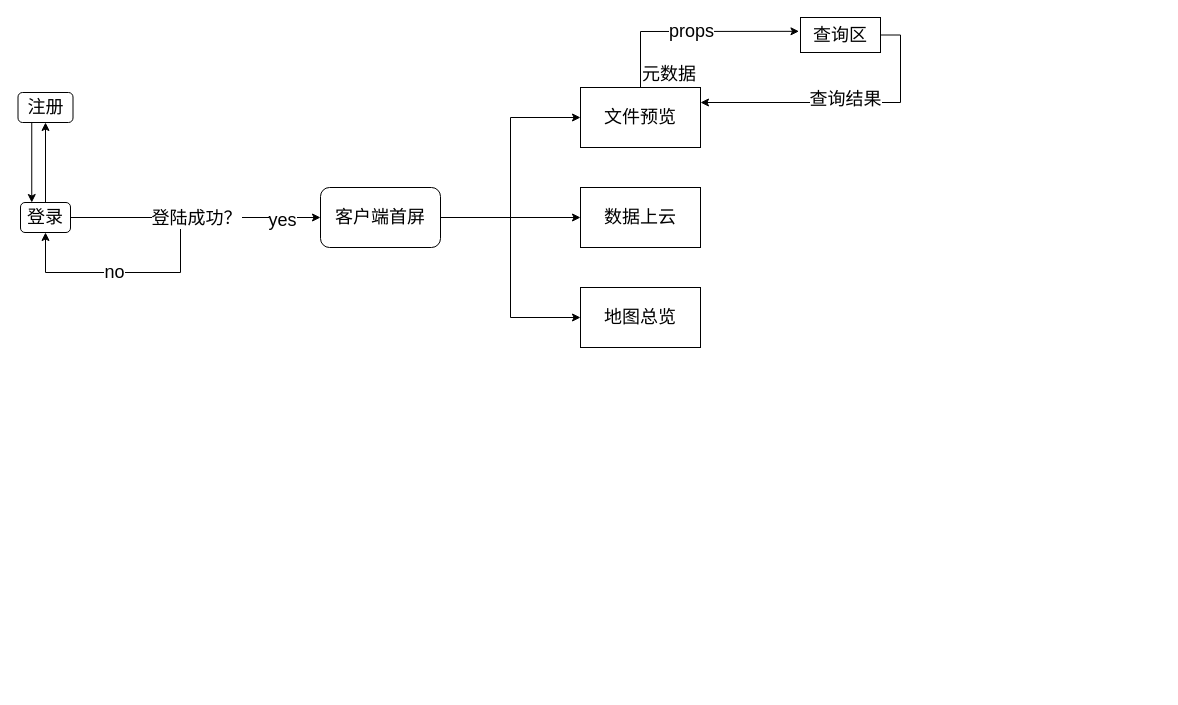
The draw.io diagram 压缩算法/Untitled Diagram.drawio in PlayWithSanLei/BS, before the edit. Source tidied: cells renumbered, new cells numbered last; positions are measured from the earlier drawing's top-left corner, leaving out a move shared by most shapes. Both pictures are drawn from the tidied source at 100%, with x=0, y=0 at pixel (18, 17).
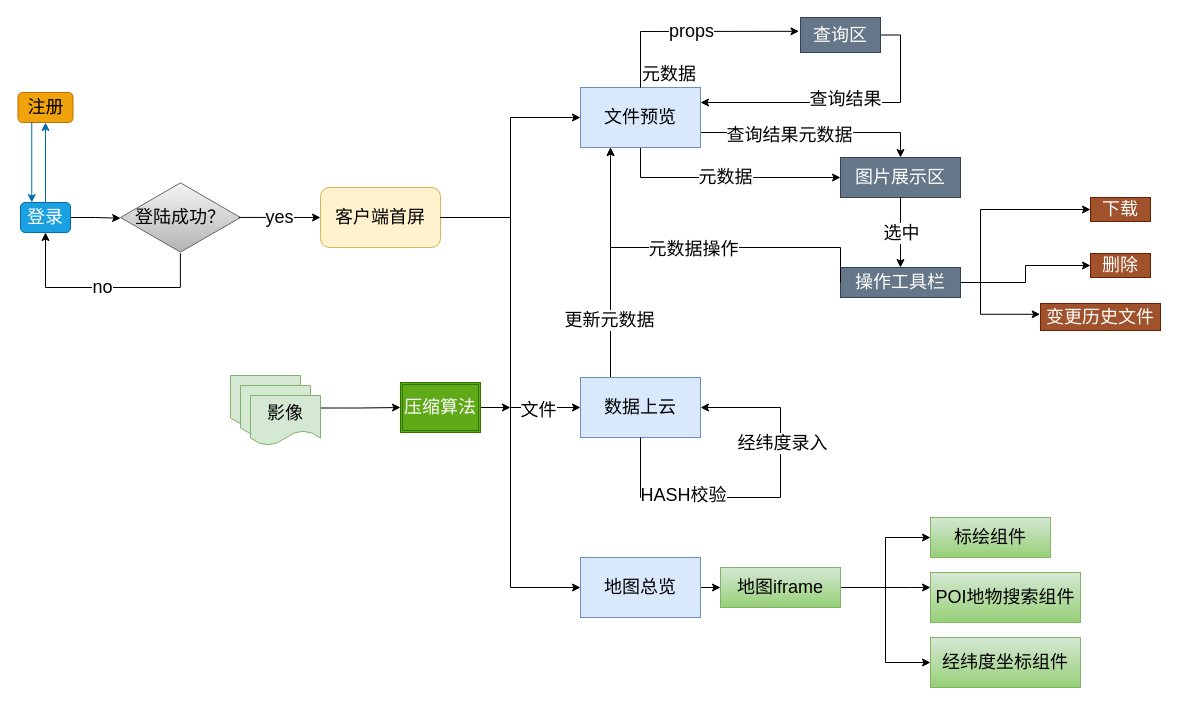
Above is the later version.

Unchanged cells that the change refers to:
```xml
<mxCell id="16" style="edgeStyle=elbowEdgeStyle;elbow=horizontal;endArrow=classic;html=1;rounded=0;fontSize=18;exitX=1;exitY=0.5;exitDx=0;exitDy=0;entryX=0;entryY=0.5;entryDx=0;entryDy=0;" parent="1" edge="1" source="4" target="13">
  <mxGeometry relative="1" as="geometry" />
</mxCell>
```

The edit, as a diff of the source:
```diff
@@
-    <mxCell id="2" style="edgeStyle=orthogonalEdgeStyle;rounded=0;jettySize=auto;html=1;fontSize=18;" parent="1" edge="1" source="3" target="7">
+    <mxCell id="2" style="edgeStyle=orthogonalEdgeStyle;rounded=0;jettySize=auto;html=1;fontSize=18;fillColor=#1ba1e2;strokeColor=#006EAF;" parent="1" edge="1" source="3" target="7">
       <mxGeometry relative="1" as="geometry" />
     </mxCell>
+    <mxCell id="24" style="edgeStyle=orthogonalEdgeStyle;rounded=0;jettySize=auto;html=1;exitX=1;exitY=0.5;exitDx=0;exitDy=0;entryX=0.001;entryY=0.51;entryDx=0;entryDy=0;entryPerimeter=0;fontSize=18;" parent="1" edge="1" source="3" target="10">
+      <mxGeometry relative="1" as="geometry" />
+    </mxCell>
-    <mxCell id="3" value="登录" style="rounded=1;whiteSpace=wrap;html=1;fontSize=18;" parent="1" vertex="1">
+    <mxCell id="3" value="登录" style="rounded=1;whiteSpace=wrap;html=1;fontSize=18;fillColor=#1ba1e2;fontColor=#ffffff;strokeColor=#006EAF;" parent="1" vertex="1">
       <mxGeometry x="2" y="185" width="50" height="30" as="geometry" />
     </mxCell>
-    <mxCell id="4" value="客户端首屏" style="whiteSpace=wrap;html=1;rounded=1;fontSize=18;" parent="1" vertex="1">
+    <mxCell id="4" value="客户端首屏" style="whiteSpace=wrap;html=1;rounded=1;fontSize=18;fillColor=#fff2cc;strokeColor=#d6b656;" parent="1" vertex="1">
       <mxGeometry x="302" y="170" width="120" height="60" as="geometry" />
     </mxCell>
-    <mxCell id="5" style="endArrow=classic;html=1;rounded=0;entryX=0.5;entryY=1;entryDx=0;entryDy=0;fontSize=18;" parent="1" edge="1" target="3">
-      <mxGeometry relative="1" as="geometry">
-        <mxPoint x="162" y="200" as="sourcePoint" />
-        <Array as="points">
-          <mxPoint x="162" y="255" />
-          <mxPoint x="92" y="255" />
-          <mxPoint x="27" y="255" />
-        </Array>
-      </mxGeometry>
-    </mxCell>
-    <mxCell id="6" value="no" style="edgeLabel;html=1;align=center;verticalAlign=middle;fontSize=18;" parent="5" vertex="1">
-      <mxGeometry x="0.06" y="-1" relative="1" as="geometry" />
-    </mxCell>
-    <mxCell id="7" value="注册" style="whiteSpace=wrap;html=1;fontSize=18;rounded=1;" parent="1" vertex="1">
+    <mxCell id="7" value="注册" style="whiteSpace=wrap;html=1;fontSize=18;rounded=1;fillColor=#f0a30a;fontColor=#000000;strokeColor=#BD7000;" parent="1" vertex="1">
       <mxGeometry x="-0.5" y="75" width="55" height="30" as="geometry" />
     </mxCell>
-    <mxCell id="8" style="endArrow=classic;html=1;rounded=0;fontSize=18;exitX=0.25;exitY=1;exitDx=0;exitDy=0;entryX=0.225;entryY=0;entryDx=0;entryDy=0;entryPerimeter=0;" parent="1" edge="1" source="7" target="3">
+    <mxCell id="8" style="endArrow=classic;html=1;rounded=0;fontSize=18;exitX=0.25;exitY=1;exitDx=0;exitDy=0;entryX=0.225;entryY=0;entryDx=0;entryDy=0;entryPerimeter=0;fillColor=#1ba1e2;strokeColor=#006EAF;" parent="1" edge="1" source="7" target="3">
       <mxGeometry relative="1" as="geometry" />
     </mxCell>
-    <mxCell id="9" style="endArrow=classic;html=1;rounded=0;fontSize=18;exitX=1;exitY=0.5;exitDx=0;exitDy=0;entryX=0;entryY=0.5;entryDx=0;entryDy=0;" parent="1" edge="1" source="3" target="4">
-      <mxGeometry relative="1" as="geometry" />
-    </mxCell>
-    <mxCell id="10" value="登陆成功？" style="edgeLabel;html=1;align=center;verticalAlign=middle;fontSize=18;" parent="9" vertex="1">
-      <mxGeometry relative="1" as="geometry" />
-    </mxCell>
-    <mxCell id="11" value="yes" style="edgeLabel;html=1;align=center;verticalAlign=middle;fontSize=18;" parent="9" vertex="1">
-      <mxGeometry x="0.69" y="-2" relative="1" as="geometry" />
-    </mxCell>
+    <mxCell id="25" value="元数据" style="edgeStyle=orthogonalEdgeStyle;rounded=0;jettySize=auto;html=1;entryX=0;entryY=0.5;entryDx=0;entryDy=0;fontSize=18;exitX=0.5;exitY=1;exitDx=0;exitDy=0;" parent="1" edge="1" source="12" target="32">
+      <mxGeometry relative="1" as="geometry" />
+    </mxCell>
+    <mxCell id="26" style="edgeStyle=orthogonalEdgeStyle;rounded=0;jettySize=auto;html=1;exitX=1;exitY=0.75;exitDx=0;exitDy=0;entryX=0.5;entryY=0;entryDx=0;entryDy=0;fontSize=18;" parent="1" edge="1" source="12" target="32">
+      <mxGeometry relative="1" as="geometry" />
+    </mxCell>
+    <mxCell id="27" value="查询结果元数据" style="edgeLabel;html=1;align=center;verticalAlign=middle;fontSize=18;" parent="26" vertex="1">
+      <mxGeometry x="-0.21" y="-2" relative="1" as="geometry">
+        <mxPoint x="-1" as="offset" />
+      </mxGeometry>
+    </mxCell>
-    <mxCell id="12" value="文件预览" style="rounded=0;whiteSpace=wrap;html=1;fontSize=18;" parent="1" vertex="1">
+    <mxCell id="12" value="文件预览" style="rounded=0;whiteSpace=wrap;html=1;fontSize=18;fillColor=#dae8fc;strokeColor=#6c8ebf;" parent="1" vertex="1">
       <mxGeometry x="562" y="70" width="120" height="60" as="geometry" />
     </mxCell>
+    <mxCell id="28" style="edgeStyle=orthogonalEdgeStyle;rounded=0;jettySize=auto;html=1;exitX=0.5;exitY=0;exitDx=0;exitDy=0;entryX=0.25;entryY=1;entryDx=0;entryDy=0;fontSize=18;" parent="1" edge="1" source="13" target="12">
+      <mxGeometry relative="1" as="geometry">
+        <Array as="points">
+          <mxPoint x="592" y="360" />
+        </Array>
+      </mxGeometry>
+    </mxCell>
+    <mxCell id="29" value="更新元数据" style="edgeLabel;html=1;align=center;verticalAlign=middle;fontSize=18;" parent="28" vertex="1">
+      <mxGeometry x="-0.32" y="2" relative="1" as="geometry" />
+    </mxCell>
-    <mxCell id="13" value="数据上云" style="rounded=0;whiteSpace=wrap;html=1;fontSize=18;" parent="1" vertex="1">
-      <mxGeometry x="562" y="170" width="120" height="60" as="geometry" />
+    <mxCell id="13" value="数据上云" style="rounded=0;whiteSpace=wrap;html=1;fontSize=18;fillColor=#dae8fc;strokeColor=#6c8ebf;" parent="1" vertex="1">
+      <mxGeometry x="562" y="360" width="120" height="60" as="geometry" />
     </mxCell>
+    <mxCell id="30" style="edgeStyle=orthogonalEdgeStyle;rounded=0;jettySize=auto;html=1;exitX=1;exitY=0.5;exitDx=0;exitDy=0;entryX=0;entryY=0.5;entryDx=0;entryDy=0;fontSize=18;" parent="1" edge="1" source="14" target="56">
+      <mxGeometry relative="1" as="geometry" />
+    </mxCell>
-    <mxCell id="14" value="地图总览" style="rounded=0;whiteSpace=wrap;html=1;fontSize=18;" parent="1" vertex="1">
-      <mxGeometry x="562" y="270" width="120" height="60" as="geometry" />
+    <mxCell id="14" value="地图总览" style="rounded=0;whiteSpace=wrap;html=1;fontSize=18;fillColor=#dae8fc;strokeColor=#6c8ebf;" parent="1" vertex="1">
+      <mxGeometry x="562" y="540" width="120" height="60" as="geometry" />
     </mxCell>
@@
+    <mxCell id="31" value="文件" style="edgeLabel;html=1;align=center;verticalAlign=middle;fontSize=18;" parent="16" vertex="1">
+      <mxGeometry x="0.74" y="-2" relative="1" as="geometry" />
+    </mxCell>
@@
-    <mxCell id="20" value="查询区" style="rounded=0;whiteSpace=wrap;html=1;fontSize=18;" parent="1" vertex="1">
+    <mxCell id="20" value="查询区" style="rounded=0;whiteSpace=wrap;html=1;fontSize=18;fillColor=#647687;fontColor=#ffffff;strokeColor=#314354;" parent="1" vertex="1">
       <mxGeometry x="782" width="80" height="35" as="geometry" />
     </mxCell>
@@
+    <mxCell id="32" value="图片展示区" style="rounded=0;whiteSpace=wrap;html=1;fontSize=18;fillColor=#647687;fontColor=#ffffff;strokeColor=#314354;" parent="1" vertex="1">
+      <mxGeometry x="822" y="140" width="120" height="40" as="geometry" />
+    </mxCell>
+    <mxCell id="33" style="endArrow=classic;html=1;rounded=0;fontSize=18;exitX=0.5;exitY=1;exitDx=0;exitDy=0;entryX=0.5;entryY=0;entryDx=0;entryDy=0;" parent="1" edge="1" source="32" target="36">
+      <mxGeometry relative="1" as="geometry" />
+    </mxCell>
+    <mxCell id="34" value="选中" style="edgeLabel;html=1;align=center;verticalAlign=middle;fontSize=18;" parent="33" vertex="1">
+      <mxGeometry relative="1" as="geometry" />
+    </mxCell>
+    <mxCell id="10" value="登陆成功？" style="html=1;whiteSpace=wrap;shape=isoRectangle;fontSize=18;fillColor=#f5f5f5;gradientColor=#b3b3b3;strokeColor=#666666;" parent="1" vertex="1">
+      <mxGeometry x="102" y="164" width="120" height="72" as="geometry" />
+    </mxCell>
+    <mxCell id="11" value="yes" style="edgeStyle=elbowEdgeStyle;elbow=vertical;endArrow=classic;html=1;rounded=0;fontSize=18;exitX=0.986;exitY=0.499;exitDx=0;exitDy=0;exitPerimeter=0;entryX=0;entryY=0.5;entryDx=0;entryDy=0;" parent="1" edge="1" source="10" target="4">
+      <mxGeometry relative="1" as="geometry" />
+    </mxCell>
+    <mxCell id="6" value="no" style="edgeStyle=elbowEdgeStyle;elbow=horizontal;endArrow=classic;html=1;rounded=0;fontSize=18;entryX=0.5;entryY=1;entryDx=0;entryDy=0;exitX=0.499;exitY=0.998;exitDx=0;exitDy=0;exitPerimeter=0;" parent="1" edge="1" source="10" target="3">
+      <mxGeometry relative="1" as="geometry">
+        <Array as="points">
+          <mxPoint x="82" y="270" />
+        </Array>
+      </mxGeometry>
+    </mxCell>
+    <mxCell id="35" style="edgeStyle=orthogonalEdgeStyle;rounded=0;jettySize=auto;html=1;fontSize=18;entryX=0;entryY=0.5;entryDx=0;entryDy=0;" parent="1" edge="1" source="36" target="39">
+      <mxGeometry relative="1" as="geometry">
+        <Array as="points">
+          <mxPoint x="962" y="265" />
+          <mxPoint x="962" y="192" />
+        </Array>
+      </mxGeometry>
+    </mxCell>
+    <mxCell id="36" value="操作工具栏" style="rounded=0;whiteSpace=wrap;html=1;fontSize=18;fillColor=#647687;fontColor=#ffffff;strokeColor=#314354;" parent="1" vertex="1">
+      <mxGeometry x="822" y="250" width="120" height="30" as="geometry" />
+    </mxCell>
+    <mxCell id="37" style="edgeStyle=elbowEdgeStyle;elbow=vertical;endArrow=classic;html=1;rounded=0;fontSize=18;exitX=0;exitY=0.5;exitDx=0;exitDy=0;entryX=0.25;entryY=1;entryDx=0;entryDy=0;" parent="1" edge="1" source="36" target="12">
+      <mxGeometry relative="1" as="geometry">
+        <Array as="points">
+          <mxPoint x="672" y="230" />
+        </Array>
+      </mxGeometry>
+    </mxCell>
+    <mxCell id="38" value="元数据操作" style="edgeLabel;html=1;align=center;verticalAlign=middle;fontSize=18;" parent="37" vertex="1">
+      <mxGeometry y="1" relative="1" as="geometry" />
+    </mxCell>
+    <mxCell id="39" value="下载" style="rounded=0;whiteSpace=wrap;html=1;fontSize=18;fillColor=#a0522d;fontColor=#ffffff;strokeColor=#6D1F00;" parent="1" vertex="1">
+      <mxGeometry x="1072" y="180" width="60" height="24" as="geometry" />
+    </mxCell>
+    <mxCell id="40" style="edgeStyle=elbowEdgeStyle;elbow=horizontal;endArrow=classic;html=1;rounded=0;fontSize=18;exitX=1;exitY=0.5;exitDx=0;exitDy=0;entryX=0;entryY=0.5;entryDx=0;entryDy=0;" parent="1" edge="1" source="36" target="41">
+      <mxGeometry relative="1" as="geometry" />
+    </mxCell>
+    <mxCell id="41" value="删除" style="rounded=0;whiteSpace=wrap;html=1;fontSize=18;fillColor=#a0522d;fontColor=#ffffff;strokeColor=#6D1F00;" parent="1" vertex="1">
+      <mxGeometry x="1072" y="236" width="60" height="24" as="geometry" />
+    </mxCell>
+    <mxCell id="42" value="变更历史文件" style="rounded=0;whiteSpace=wrap;html=1;fontSize=18;fillColor=#a0522d;fontColor=#ffffff;strokeColor=#6D1F00;" parent="1" vertex="1">
+      <mxGeometry x="1022" y="286" width="120" height="27" as="geometry" />
+    </mxCell>
+    <mxCell id="43" style="edgeStyle=elbowEdgeStyle;elbow=horizontal;endArrow=classic;html=1;rounded=0;fontSize=18;exitX=1;exitY=0.5;exitDx=0;exitDy=0;entryX=-0.003;entryY=0.4;entryDx=0;entryDy=0;entryPerimeter=0;" parent="1" edge="1" source="36" target="42">
+      <mxGeometry relative="1" as="geometry">
+        <Array as="points">
+          <mxPoint x="962" y="280" />
+        </Array>
+      </mxGeometry>
+    </mxCell>
+    <mxCell id="44" style="edgeStyle=orthogonalEdgeStyle;rounded=0;jettySize=auto;html=1;exitX=1;exitY=0.5;exitDx=0;exitDy=0;fontSize=18;" parent="1" edge="1" source="45">
+      <mxGeometry relative="1" as="geometry">
+        <mxPoint x="492" y="389.8" as="targetPoint" />
+      </mxGeometry>
+    </mxCell>
+    <mxCell id="45" value="压缩算法" style="shape=ext;double=1;rounded=0;whiteSpace=wrap;html=1;fontSize=18;fillColor=#60a917;fontColor=#ffffff;strokeColor=#2D7600;" parent="1" vertex="1">
+      <mxGeometry x="382" y="365" width="80" height="50" as="geometry" />
+    </mxCell>
+    <mxCell id="46" style="shape=document;whiteSpace=wrap;html=1;boundedLbl=1;fontSize=18;fillColor=#d5e8d4;strokeColor=#82b366;" parent="1" vertex="1">
+      <mxGeometry x="212" y="358" width="70" height="50" as="geometry" />
+    </mxCell>
+    <mxCell id="47" style="shape=document;whiteSpace=wrap;html=1;boundedLbl=1;fontSize=18;fillColor=#d5e8d4;strokeColor=#82b366;" parent="1" vertex="1">
+      <mxGeometry x="222" y="368" width="70" height="50" as="geometry" />
+    </mxCell>
+    <mxCell id="48" style="edgeStyle=orthogonalEdgeStyle;rounded=0;jettySize=auto;html=1;exitX=1;exitY=0.25;exitDx=0;exitDy=0;entryX=0;entryY=0.5;entryDx=0;entryDy=0;fontSize=18;" parent="1" edge="1" source="49" target="45">
+      <mxGeometry relative="1" as="geometry" />
+    </mxCell>
+    <mxCell id="49" value="影像" style="shape=document;whiteSpace=wrap;html=1;boundedLbl=1;fontSize=18;fillColor=#d5e8d4;strokeColor=#82b366;" parent="1" vertex="1">
+      <mxGeometry x="232" y="378" width="70" height="50" as="geometry" />
+    </mxCell>
+    <mxCell id="50" style="edgeStyle=orthogonalEdgeStyle;rounded=0;orthogonalLoop=1;jettySize=auto;html=1;exitX=0.5;exitY=1;exitDx=0;exitDy=0;entryX=1;entryY=0.5;entryDx=0;entryDy=0;fontSize=18;" parent="1" edge="1" source="13" target="13">
+      <mxGeometry relative="1" as="geometry">
+        <Array as="points">
+          <mxPoint x="622" y="480" />
+          <mxPoint x="762" y="480" />
+          <mxPoint x="762" y="390" />
+        </Array>
+      </mxGeometry>
+    </mxCell>
+    <mxCell id="51" value="HASH校验" style="edgeLabel;html=1;align=center;verticalAlign=middle;fontSize=18;" parent="50" vertex="1">
+      <mxGeometry x="-0.45" y="3" relative="1" as="geometry" />
+    </mxCell>
+    <mxCell id="52" value="经纬度录入" style="edgeLabel;html=1;align=center;verticalAlign=middle;fontSize=18;" parent="50" vertex="1">
+      <mxGeometry x="0.38" y="-1" relative="1" as="geometry" />
+    </mxCell>
+    <mxCell id="53" style="edgeStyle=orthogonalEdgeStyle;rounded=0;jettySize=auto;html=1;exitX=1;exitY=0.5;exitDx=0;exitDy=0;entryX=0;entryY=0.5;entryDx=0;entryDy=0;fontSize=18;" parent="1" edge="1" source="56" target="57">
+      <mxGeometry relative="1" as="geometry" />
+    </mxCell>
+    <mxCell id="54" style="edgeStyle=orthogonalEdgeStyle;rounded=0;jettySize=auto;html=1;exitX=1;exitY=0.5;exitDx=0;exitDy=0;entryX=0;entryY=0.5;entryDx=0;entryDy=0;fontSize=18;" parent="1" edge="1" source="56" target="59">
+      <mxGeometry relative="1" as="geometry" />
+    </mxCell>
+    <mxCell id="55" style="edgeStyle=orthogonalEdgeStyle;rounded=0;jettySize=auto;html=1;fontSize=18;" parent="1" edge="1" source="56" target="58">
+      <mxGeometry relative="1" as="geometry">
+        <Array as="points">
+          <mxPoint x="892" y="570" />
+          <mxPoint x="892" y="570" />
+        </Array>
+      </mxGeometry>
+    </mxCell>
+    <mxCell id="56" value="地图iframe" style="rounded=0;whiteSpace=wrap;html=1;fontSize=18;fillColor=#d5e8d4;gradientColor=#97d077;strokeColor=#82b366;" parent="1" vertex="1">
+      <mxGeometry x="702" y="550" width="120" height="40" as="geometry" />
+    </mxCell>
+    <mxCell id="57" value="标绘组件" style="rounded=0;whiteSpace=wrap;html=1;fontSize=18;fillColor=#d5e8d4;gradientColor=#97d077;strokeColor=#82b366;" parent="1" vertex="1">
+      <mxGeometry x="912" y="500" width="120" height="40" as="geometry" />
+    </mxCell>
+    <mxCell id="58" value="POI地物搜索组件" style="rounded=0;whiteSpace=wrap;html=1;fontSize=18;fillColor=#d5e8d4;gradientColor=#97d077;strokeColor=#82b366;" parent="1" vertex="1">
+      <mxGeometry x="912" y="555" width="150" height="50" as="geometry" />
+    </mxCell>
+    <mxCell id="59" value="经纬度坐标组件" style="rounded=0;whiteSpace=wrap;html=1;fontSize=18;fillColor=#d5e8d4;gradientColor=#97d077;strokeColor=#82b366;" parent="1" vertex="1">
+      <mxGeometry x="912" y="620" width="150" height="50" as="geometry" />
+    </mxCell>
```
